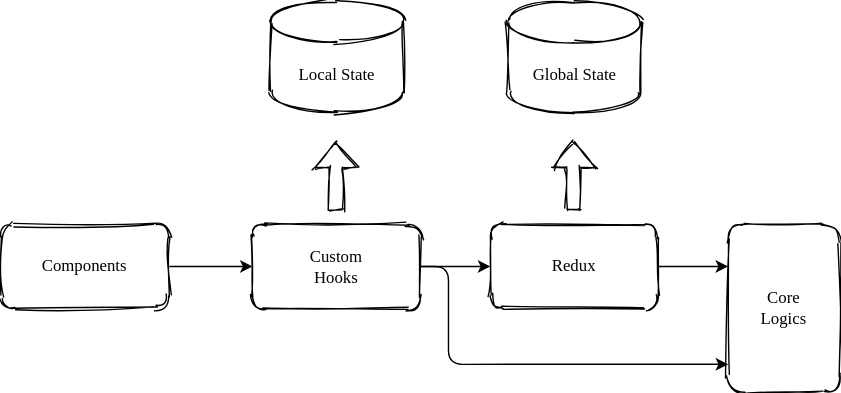
This is DATA_FLOW.svg from snamiki1212/plangoab, a draw.io export, as it was before one commit. Source tidied: cells renumbered, new cells last; positions are measured from the earlier drawing's top-left corner, leaving out a move shared by most shapes. The source it was exported from:
```xml
<mxGraphModel>
  <root>
    <mxCell id="0" />
    <mxCell id="1" parent="0" />
    <mxCell id="2" style="edgeStyle=orthogonalEdgeStyle;rounded=0;jettySize=auto;html=1;" parent="1" edge="1" source="3" target="6">
      <mxGeometry relative="1" as="geometry" />
    </mxCell>
    <mxCell id="3" value="&lt;font face=&quot;Comic Sans MS&quot;&gt;Components&lt;/font&gt;" style="rounded=1;whiteSpace=wrap;html=1;glass=0;sketch=1;shadow=0;" parent="1" vertex="1">
      <mxGeometry y="160" width="120" height="60" as="geometry" />
    </mxCell>
    <mxCell id="4" style="edgeStyle=orthogonalEdgeStyle;rounded=0;jettySize=auto;html=1;" parent="1" edge="1" source="6" target="8">
      <mxGeometry relative="1" as="geometry" />
    </mxCell>
    <mxCell id="5" style="edgeStyle=orthogonalEdgeStyle;rounded=1;jettySize=auto;html=1;entryX=0;entryY=0.833;entryDx=0;entryDy=0;entryPerimeter=0;" parent="1" edge="1" source="6" target="9">
      <mxGeometry relative="1" as="geometry">
        <Array as="points">
          <mxPoint x="320" y="190" />
          <mxPoint x="320" y="260" />
        </Array>
      </mxGeometry>
    </mxCell>
    <mxCell id="6" value="&lt;font face=&quot;Comic Sans MS&quot;&gt;Custom&lt;br&gt;Hooks&lt;br&gt;&lt;/font&gt;" style="rounded=1;whiteSpace=wrap;html=1;glass=0;sketch=1;shadow=0;" parent="1" vertex="1">
      <mxGeometry x="180" y="160" width="120" height="60" as="geometry" />
    </mxCell>
    <mxCell id="7" style="edgeStyle=orthogonalEdgeStyle;rounded=0;jettySize=auto;html=1;" parent="1" edge="1" source="8" target="9">
      <mxGeometry relative="1" as="geometry">
        <Array as="points">
          <mxPoint x="510" y="190" />
          <mxPoint x="510" y="190" />
        </Array>
      </mxGeometry>
    </mxCell>
    <mxCell id="8" value="&lt;font face=&quot;Comic Sans MS&quot;&gt;Redux&lt;br&gt;&lt;/font&gt;" style="rounded=1;whiteSpace=wrap;html=1;glass=0;sketch=1;shadow=0;" parent="1" vertex="1">
      <mxGeometry x="350" y="160" width="120" height="60" as="geometry" />
    </mxCell>
    <mxCell id="9" value="&lt;font face=&quot;Comic Sans MS&quot;&gt;Core&lt;br&gt;Logics&lt;br&gt;&lt;/font&gt;" style="rounded=1;whiteSpace=wrap;html=1;glass=0;sketch=1;shadow=0;" parent="1" vertex="1">
      <mxGeometry x="520" y="160" width="80" height="120" as="geometry" />
    </mxCell>
    <mxCell id="10" style="shape=flexArrow;endArrow=classic;html=1;sketch=1;" parent="1" edge="1">
      <mxGeometry relative="1" as="geometry">
        <mxPoint x="239.5" y="150" as="sourcePoint" />
        <mxPoint x="239.5" y="100" as="targetPoint" />
      </mxGeometry>
    </mxCell>
    <mxCell id="11" style="shape=flexArrow;endArrow=classic;html=1;sketch=1;" parent="1" edge="1">
      <mxGeometry relative="1" as="geometry">
        <mxPoint x="409.5" y="150" as="sourcePoint" />
        <mxPoint x="409.5" y="100" as="targetPoint" />
      </mxGeometry>
    </mxCell>
    <mxCell id="12" value="&lt;font face=&quot;Comic Sans MS&quot;&gt;Local State&lt;/font&gt;" style="shape=cylinder3;whiteSpace=wrap;html=1;boundedLbl=1;backgroundOutline=1;size=15;shadow=0;glass=0;sketch=1;" parent="1" vertex="1">
      <mxGeometry x="192.5" width="95" height="80" as="geometry" />
    </mxCell>
    <mxCell id="13" value="&lt;font face=&quot;Comic Sans MS&quot;&gt;Global State&lt;/font&gt;" style="shape=cylinder3;whiteSpace=wrap;html=1;boundedLbl=1;backgroundOutline=1;size=15;shadow=0;glass=0;sketch=1;" parent="1" vertex="1">
      <mxGeometry x="362.5" width="95" height="80" as="geometry" />
    </mxCell>
  </root>
</mxGraphModel>
```
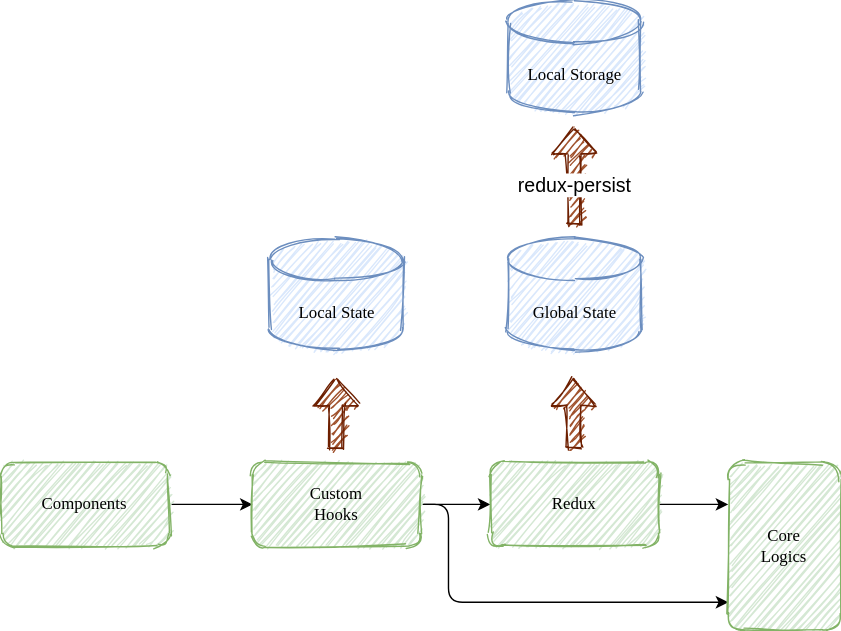
Above is the later version.

Commit message:
Update DATA FLOW img

The edit, as a diff of the source:
```diff
@@ -1,17 +1,17 @@
 <mxGraphModel>
   <root>
-    <mxCell id="0" />
-    <mxCell id="1" parent="0" />
+    <mxCell id="14" />
+    <mxCell id="15" parent="14" />
-    <mxCell id="2" style="edgeStyle=orthogonalEdgeStyle;rounded=0;jettySize=auto;html=1;" parent="1" edge="1" source="3" target="6">
+    <mxCell id="2" style="edgeStyle=orthogonalEdgeStyle;rounded=0;jettySize=auto;html=1;" parent="15" edge="1" source="3" target="6">
       <mxGeometry relative="1" as="geometry" />
     </mxCell>
-    <mxCell id="3" value="&lt;font face=&quot;Comic Sans MS&quot;&gt;Components&lt;/font&gt;" style="rounded=1;whiteSpace=wrap;html=1;glass=0;sketch=1;shadow=0;" parent="1" vertex="1">
+    <mxCell id="3" value="&lt;font face=&quot;Comic Sans MS&quot;&gt;Components&lt;/font&gt;" style="rounded=1;whiteSpace=wrap;html=1;glass=0;sketch=1;shadow=0;fillColor=#d5e8d4;strokeColor=#82b366;" parent="15" vertex="1">
       <mxGeometry y="160" width="120" height="60" as="geometry" />
     </mxCell>
-    <mxCell id="4" style="edgeStyle=orthogonalEdgeStyle;rounded=0;jettySize=auto;html=1;" parent="1" edge="1" source="6" target="8">
+    <mxCell id="4" style="edgeStyle=orthogonalEdgeStyle;rounded=0;jettySize=auto;html=1;" parent="15" edge="1" source="6" target="8">
       <mxGeometry relative="1" as="geometry" />
     </mxCell>
-    <mxCell id="5" style="edgeStyle=orthogonalEdgeStyle;rounded=1;jettySize=auto;html=1;entryX=0;entryY=0.833;entryDx=0;entryDy=0;entryPerimeter=0;" parent="1" edge="1" source="6" target="9">
+    <mxCell id="5" style="edgeStyle=orthogonalEdgeStyle;rounded=1;jettySize=auto;html=1;entryX=0;entryY=0.833;entryDx=0;entryDy=0;entryPerimeter=0;" parent="15" edge="1" source="6" target="9">
       <mxGeometry relative="1" as="geometry">
         <Array as="points">
           <mxPoint x="320" y="190" />
@@ -19,10 +19,10 @@
         </Array>
       </mxGeometry>
     </mxCell>
-    <mxCell id="6" value="&lt;font face=&quot;Comic Sans MS&quot;&gt;Custom&lt;br&gt;Hooks&lt;br&gt;&lt;/font&gt;" style="rounded=1;whiteSpace=wrap;html=1;glass=0;sketch=1;shadow=0;" parent="1" vertex="1">
+    <mxCell id="6" value="&lt;font face=&quot;Comic Sans MS&quot;&gt;Custom&lt;br&gt;Hooks&lt;br&gt;&lt;/font&gt;" style="rounded=1;whiteSpace=wrap;html=1;glass=0;sketch=1;shadow=0;fillColor=#d5e8d4;strokeColor=#82b366;" parent="15" vertex="1">
       <mxGeometry x="180" y="160" width="120" height="60" as="geometry" />
     </mxCell>
-    <mxCell id="7" style="edgeStyle=orthogonalEdgeStyle;rounded=0;jettySize=auto;html=1;" parent="1" edge="1" source="8" target="9">
+    <mxCell id="7" style="edgeStyle=orthogonalEdgeStyle;rounded=0;jettySize=auto;html=1;" parent="15" edge="1" source="8" target="9">
       <mxGeometry relative="1" as="geometry">
         <Array as="points">
           <mxPoint x="510" y="190" />
@@ -30,29 +30,38 @@
         </Array>
       </mxGeometry>
     </mxCell>
-    <mxCell id="8" value="&lt;font face=&quot;Comic Sans MS&quot;&gt;Redux&lt;br&gt;&lt;/font&gt;" style="rounded=1;whiteSpace=wrap;html=1;glass=0;sketch=1;shadow=0;" parent="1" vertex="1">
+    <mxCell id="8" value="&lt;font face=&quot;Comic Sans MS&quot;&gt;Redux&lt;br&gt;&lt;/font&gt;" style="rounded=1;whiteSpace=wrap;html=1;glass=0;sketch=1;shadow=0;fillColor=#d5e8d4;strokeColor=#82b366;" parent="15" vertex="1">
       <mxGeometry x="350" y="160" width="120" height="60" as="geometry" />
     </mxCell>
-    <mxCell id="9" value="&lt;font face=&quot;Comic Sans MS&quot;&gt;Core&lt;br&gt;Logics&lt;br&gt;&lt;/font&gt;" style="rounded=1;whiteSpace=wrap;html=1;glass=0;sketch=1;shadow=0;" parent="1" vertex="1">
+    <mxCell id="9" value="&lt;font face=&quot;Comic Sans MS&quot;&gt;Core&lt;br&gt;Logics&lt;br&gt;&lt;/font&gt;" style="rounded=1;whiteSpace=wrap;html=1;glass=0;sketch=1;shadow=0;fillColor=#d5e8d4;strokeColor=#82b366;" parent="15" vertex="1">
       <mxGeometry x="520" y="160" width="80" height="120" as="geometry" />
     </mxCell>
-    <mxCell id="10" style="shape=flexArrow;endArrow=classic;html=1;sketch=1;" parent="1" edge="1">
-      <mxGeometry relative="1" as="geometry">
-        <mxPoint x="239.5" y="150" as="sourcePoint" />
-        <mxPoint x="239.5" y="100" as="targetPoint" />
-      </mxGeometry>
-    </mxCell>
-    <mxCell id="11" style="shape=flexArrow;endArrow=classic;html=1;sketch=1;" parent="1" edge="1">
-      <mxGeometry relative="1" as="geometry">
-        <mxPoint x="409.5" y="150" as="sourcePoint" />
-        <mxPoint x="409.5" y="100" as="targetPoint" />
-      </mxGeometry>
-    </mxCell>
+    <mxCell id="16" style="shape=flexArrow;endArrow=classic;html=1;sketch=1;fillColor=#a0522d;strokeColor=#6D1F00;" parent="15" edge="1">
+      <mxGeometry relative="1" as="geometry">
+        <mxPoint x="239.5" y="150" as="sourcePoint" />
+        <mxPoint x="239.5" y="100" as="targetPoint" />
+      </mxGeometry>
+    </mxCell>
+    <mxCell id="17" style="shape=flexArrow;endArrow=classic;html=1;sketch=1;fillColor=#a0522d;strokeColor=#6D1F00;" parent="15" edge="1">
+      <mxGeometry relative="1" as="geometry">
+        <mxPoint x="409.5" y="150" as="sourcePoint" />
+        <mxPoint x="409.5" y="100" as="targetPoint" />
+      </mxGeometry>
+    </mxCell>
-    <mxCell id="12" value="&lt;font face=&quot;Comic Sans MS&quot;&gt;Local State&lt;/font&gt;" style="shape=cylinder3;whiteSpace=wrap;html=1;boundedLbl=1;backgroundOutline=1;size=15;shadow=0;glass=0;sketch=1;" parent="1" vertex="1">
+    <mxCell id="12" value="&lt;font face=&quot;Comic Sans MS&quot;&gt;Local State&lt;/font&gt;" style="shape=cylinder3;whiteSpace=wrap;html=1;boundedLbl=1;backgroundOutline=1;size=15;shadow=0;glass=0;sketch=1;fillColor=#dae8fc;strokeColor=#6c8ebf;" parent="15" vertex="1">
       <mxGeometry x="192.5" width="95" height="80" as="geometry" />
     </mxCell>
-    <mxCell id="13" value="&lt;font face=&quot;Comic Sans MS&quot;&gt;Global State&lt;/font&gt;" style="shape=cylinder3;whiteSpace=wrap;html=1;boundedLbl=1;backgroundOutline=1;size=15;shadow=0;glass=0;sketch=1;" parent="1" vertex="1">
+    <mxCell id="13" value="&lt;font face=&quot;Comic Sans MS&quot;&gt;Global State&lt;/font&gt;" style="shape=cylinder3;whiteSpace=wrap;html=1;boundedLbl=1;backgroundOutline=1;size=15;shadow=0;glass=0;sketch=1;fillColor=#dae8fc;strokeColor=#6c8ebf;" parent="15" vertex="1">
       <mxGeometry x="362.5" width="95" height="80" as="geometry" />
     </mxCell>
+    <mxCell id="18" value="&lt;font face=&quot;Comic Sans MS&quot;&gt;Local Storage&lt;/font&gt;" style="shape=cylinder3;whiteSpace=wrap;html=1;boundedLbl=1;backgroundOutline=1;size=15;shadow=0;glass=0;sketch=1;fillColor=#dae8fc;strokeColor=#6c8ebf;" parent="15" vertex="1">
+      <mxGeometry x="362.5" y="-170" width="95" height="80" as="geometry" />
+    </mxCell>
+    <mxCell id="19" value="&lt;font style=&quot;font-size: 14px&quot;&gt;redux-persist&lt;/font&gt;" style="shape=flexArrow;endArrow=classic;html=1;sketch=1;fillColor=#a0522d;strokeColor=#6D1F00;" parent="15" edge="1">
+      <mxGeometry x="-0.2" relative="1" as="geometry">
+        <mxPoint x="410" y="-10" as="sourcePoint" />
+        <mxPoint x="409.5" y="-80" as="targetPoint" />
+      </mxGeometry>
+    </mxCell>
   </root>
 </mxGraphModel>
```
